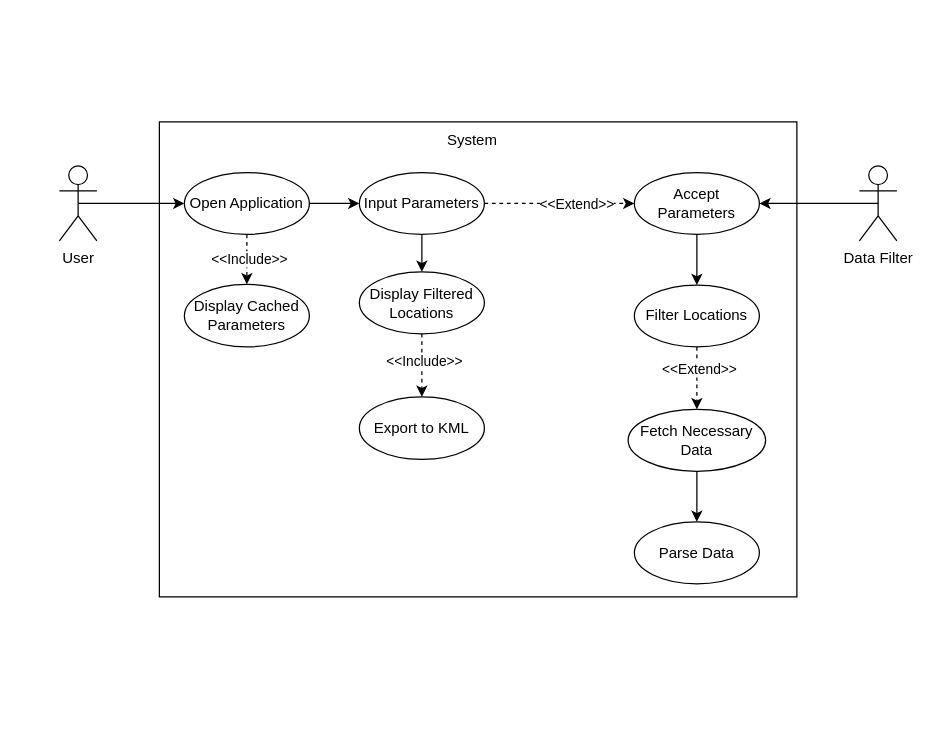
Earlier version of the draw.io diagram UML/UseCaseV2.drawio (ALEEF02/PrecisionLocationProcessor). Source tidied: cells renumbered, new cells numbered last; positions are measured from the earlier drawing's top-left corner, leaving out a move shared by most shapes. Both pictures are drawn from the tidied source at 125%, with x=0, y=0 at pixel (59, 121).
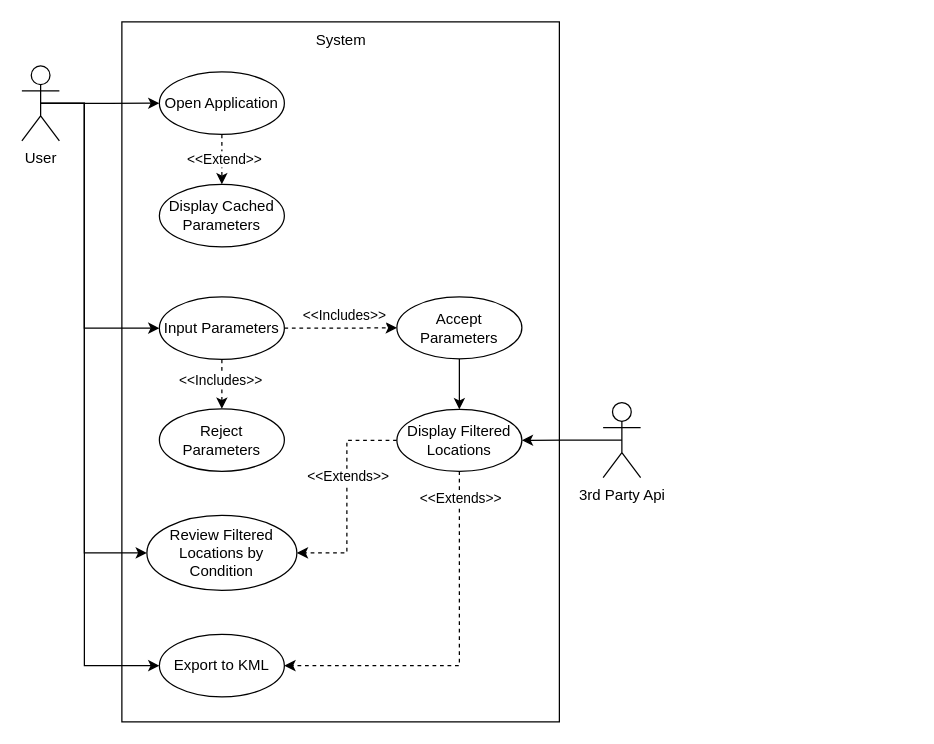
The same diagram, later.

Commit message:
Overhaul UseCase diagram in Pair Review

Unchanged cells that the change refers to:
```xml
<mxCell id="6" style="edgeStyle=orthogonalEdgeStyle;rounded=0;jettySize=auto;html=1;exitX=0.5;exitY=1;exitDx=0;exitDy=0;entryX=0.5;entryY=0;entryDx=0;entryDy=0;dashed=1;" parent="1" edge="1" source="9" target="10">
  <mxGeometry relative="1" as="geometry" />
</mxCell>
<mxCell id="12" style="edgeStyle=orthogonalEdgeStyle;rounded=0;jettySize=auto;html=1;exitX=1;exitY=0.5;exitDx=0;exitDy=0;entryX=0;entryY=0.5;entryDx=0;entryDy=0;dashed=1;" parent="1" edge="1" source="14" target="22">
  <mxGeometry relative="1" as="geometry" />
</mxCell>
```

What changed in the source:
```diff
@@
-    <mxCell id="2" style="rounded=0;whiteSpace=wrap;html=1;" parent="1" vertex="1">
-      <mxGeometry x="80" width="510" height="380" as="geometry" />
-    </mxCell>
+    <mxCell id="29" style="rounded=0;whiteSpace=wrap;html=1;" parent="1" vertex="1">
+      <mxGeometry x="50" y="-80" width="350" height="560" as="geometry" />
+    </mxCell>
@@
+    <mxCell id="30" style="edgeStyle=orthogonalEdgeStyle;rounded=0;jettySize=auto;html=1;exitX=0.5;exitY=0.5;exitDx=0;exitDy=0;exitPerimeter=0;entryX=0;entryY=0.5;entryDx=0;entryDy=0;" parent="1" edge="1" source="4" target="44">
+      <mxGeometry relative="1" as="geometry">
+        <Array as="points">
+          <mxPoint x="20" y="-15" />
+          <mxPoint x="20" y="345" />
+        </Array>
+      </mxGeometry>
+    </mxCell>
+    <mxCell id="31" style="edgeStyle=orthogonalEdgeStyle;rounded=0;jettySize=auto;html=1;exitX=0.5;exitY=0.5;exitDx=0;exitDy=0;exitPerimeter=0;entryX=0;entryY=0.5;entryDx=0;entryDy=0;" parent="1" edge="1" source="4" target="18">
+      <mxGeometry relative="1" as="geometry">
+        <Array as="points">
+          <mxPoint x="20" y="-15" />
+          <mxPoint x="20" y="435" />
+        </Array>
+      </mxGeometry>
+    </mxCell>
     <mxCell id="4" value="User" style="shape=umlActor;verticalLabelPosition=bottom;verticalAlign=top;html=1;outlineConnect=0;" parent="1" vertex="1">
-      <mxGeometry y="35.2" width="30" height="60" as="geometry" />
+      <mxGeometry x="-30" y="-44.8" width="30" height="60" as="geometry" />
     </mxCell>
     <mxCell id="5" value="System&lt;br&gt;" style="text;html=1;align=center;verticalAlign=middle;strokeColor=none;fillColor=none;" parent="1" vertex="1">
-      <mxGeometry x="300" width="60" height="30" as="geometry" />
+      <mxGeometry x="195" y="-80" width="60" height="30" as="geometry" />
     </mxCell>
@@
-    <mxCell id="7" value="&amp;lt;&amp;lt;Include&amp;gt;&amp;gt;" style="edgeLabel;html=1;align=center;verticalAlign=middle;" parent="6" vertex="1">
-      <mxGeometry x="-0.04" y="1" relative="1" as="geometry" />
-    </mxCell>
-    <mxCell id="8" style="edgeStyle=orthogonalEdgeStyle;rounded=0;jettySize=auto;html=1;exitX=1;exitY=0.5;exitDx=0;exitDy=0;entryX=0;entryY=0.5;entryDx=0;entryDy=0;" parent="1" edge="1" source="9" target="14">
-      <mxGeometry relative="1" as="geometry" />
-    </mxCell>
+    <mxCell id="32" value="&amp;lt;&amp;lt;Extend&amp;gt;&amp;gt;" style="edgeLabel;html=1;align=center;verticalAlign=middle;" parent="6" vertex="1">
+      <mxGeometry x="-0.04" y="1" relative="1" as="geometry" />
+    </mxCell>
+    <mxCell id="33" style="edgeStyle=orthogonalEdgeStyle;rounded=0;jettySize=auto;html=1;exitX=0.5;exitY=0.5;exitDx=0;exitDy=0;entryX=0;entryY=0.5;entryDx=0;entryDy=0;exitPerimeter=0;" parent="1" edge="1" source="4" target="14">
+      <mxGeometry relative="1" as="geometry">
+        <Array as="points">
+          <mxPoint x="20" y="-15" />
+          <mxPoint x="20" y="165" />
+        </Array>
+      </mxGeometry>
+    </mxCell>
     <mxCell id="9" value="Open Application" style="ellipse;whiteSpace=wrap;html=1;" parent="1" vertex="1">
-      <mxGeometry x="100" y="40.5" width="100" height="49.5" as="geometry" />
+      <mxGeometry x="80" y="-40" width="100" height="50" as="geometry" />
     </mxCell>
     <mxCell id="10" value="Display Cached Parameters" style="ellipse;whiteSpace=wrap;html=1;" parent="1" vertex="1">
-      <mxGeometry x="100" y="130" width="100" height="50" as="geometry" />
+      <mxGeometry x="80" y="50" width="100" height="50" as="geometry" />
     </mxCell>
-    <mxCell id="11" style="edgeStyle=orthogonalEdgeStyle;rounded=0;jettySize=auto;html=1;exitX=0.5;exitY=1;exitDx=0;exitDy=0;entryX=0.5;entryY=0;entryDx=0;entryDy=0;" parent="1" edge="1" source="14" target="17">
-      <mxGeometry relative="1" as="geometry" />
-    </mxCell>
@@
-    <mxCell id="13" value="&amp;lt;&amp;lt;Extend&amp;gt;&amp;gt;" style="edgeLabel;html=1;align=center;verticalAlign=middle;" parent="12" vertex="1">
-      <mxGeometry x="0.21" relative="1" as="geometry" />
-    </mxCell>
+    <mxCell id="34" value="&amp;lt;&amp;lt;Includes&amp;gt;&amp;gt;" style="edgeLabel;html=1;align=center;verticalAlign=middle;" parent="12" vertex="1">
+      <mxGeometry x="0.21" relative="1" as="geometry">
+        <mxPoint x="-7" y="-10" as="offset" />
+      </mxGeometry>
+    </mxCell>
+    <mxCell id="35" style="edgeStyle=orthogonalEdgeStyle;rounded=0;jettySize=auto;html=1;exitX=0.5;exitY=1;exitDx=0;exitDy=0;entryX=0.5;entryY=0;entryDx=0;entryDy=0;dashed=1;" parent="1" edge="1" source="14" target="41">
+      <mxGeometry relative="1" as="geometry" />
+    </mxCell>
+    <mxCell id="36" value="&amp;lt;&amp;lt;Includes&amp;gt;&amp;gt;" style="edgeLabel;html=1;align=center;verticalAlign=middle;" parent="35" vertex="1">
+      <mxGeometry x="-0.19" y="-2" relative="1" as="geometry" />
+    </mxCell>
     <mxCell id="14" value="Input Parameters" style="ellipse;whiteSpace=wrap;html=1;" parent="1" vertex="1">
-      <mxGeometry x="240" y="40.5" width="100" height="49.5" as="geometry" />
+      <mxGeometry x="80" y="140" width="100" height="50" as="geometry" />
     </mxCell>
-    <mxCell id="15" style="edgeStyle=orthogonalEdgeStyle;rounded=0;jettySize=auto;html=1;exitX=0.5;exitY=1;exitDx=0;exitDy=0;entryX=0.5;entryY=0;entryDx=0;entryDy=0;dashed=1;" parent="1" edge="1" source="17" target="18">
+    <mxCell id="15" style="edgeStyle=orthogonalEdgeStyle;rounded=0;jettySize=auto;html=1;exitX=0.5;exitY=1;exitDx=0;exitDy=0;entryX=1;entryY=0.5;entryDx=0;entryDy=0;dashed=1;" parent="1" edge="1" source="17" target="18">
       <mxGeometry relative="1" as="geometry" />
     </mxCell>
-    <mxCell id="16" value="&amp;lt;&amp;lt;Include&amp;gt;&amp;gt;" style="edgeLabel;html=1;align=center;verticalAlign=middle;" parent="15" vertex="1">
-      <mxGeometry x="-0.12" y="1" relative="1" as="geometry" />
-    </mxCell>
+    <mxCell id="37" value="&amp;lt;&amp;lt;Extends&amp;gt;&amp;gt;" style="edgeLabel;html=1;align=center;verticalAlign=middle;" parent="15" vertex="1">
+      <mxGeometry x="-0.12" y="1" relative="1" as="geometry">
+        <mxPoint x="-1" y="-109" as="offset" />
+      </mxGeometry>
+    </mxCell>
+    <mxCell id="38" style="edgeStyle=orthogonalEdgeStyle;rounded=0;jettySize=auto;html=1;exitX=0;exitY=0.5;exitDx=0;exitDy=0;entryX=1;entryY=0.5;entryDx=0;entryDy=0;dashed=1;" parent="1" edge="1" source="17" target="44">
+      <mxGeometry relative="1" as="geometry" />
+    </mxCell>
+    <mxCell id="39" value="&amp;lt;&amp;lt;Extends&amp;gt;&amp;gt;" style="edgeLabel;html=1;align=center;verticalAlign=middle;" parent="38" vertex="1">
+      <mxGeometry x="0.12" y="4" relative="1" as="geometry">
+        <mxPoint x="-4" y="-26" as="offset" />
+      </mxGeometry>
+    </mxCell>
     <mxCell id="17" value="Display Filtered Locations" style="ellipse;whiteSpace=wrap;html=1;" parent="1" vertex="1">
-      <mxGeometry x="240" y="120" width="100" height="49.5" as="geometry" />
+      <mxGeometry x="270" y="230" width="100" height="49.5" as="geometry" />
     </mxCell>
     <mxCell id="18" value="Export to KML" style="ellipse;whiteSpace=wrap;html=1;" parent="1" vertex="1">
-      <mxGeometry x="240" y="220" width="100" height="50" as="geometry" />
+      <mxGeometry x="80" y="410" width="100" height="50" as="geometry" />
     </mxCell>
-    <mxCell id="19" style="edgeStyle=orthogonalEdgeStyle;rounded=0;jettySize=auto;html=1;exitX=0.5;exitY=0.5;exitDx=0;exitDy=0;exitPerimeter=0;entryX=1;entryY=0.5;entryDx=0;entryDy=0;" parent="1" edge="1" source="20" target="22">
-      <mxGeometry relative="1" as="geometry" />
-    </mxCell>
-    <mxCell id="20" value="Data Filter" style="shape=umlActor;verticalLabelPosition=bottom;verticalAlign=top;html=1;outlineConnect=0;" parent="1" vertex="1">
-      <mxGeometry x="640" y="35.2" width="30" height="60" as="geometry" />
-    </mxCell>
-    <mxCell id="21" style="edgeStyle=orthogonalEdgeStyle;rounded=0;jettySize=auto;html=1;exitX=0.5;exitY=1;exitDx=0;exitDy=0;entryX=0.5;entryY=0;entryDx=0;entryDy=0;" parent="1" edge="1" source="22" target="25">
-      <mxGeometry relative="1" as="geometry" />
-    </mxCell>
+    <mxCell id="40" style="edgeStyle=orthogonalEdgeStyle;rounded=0;jettySize=auto;html=1;exitX=0.5;exitY=1;exitDx=0;exitDy=0;entryX=0.5;entryY=0;entryDx=0;entryDy=0;" parent="1" edge="1" source="22" target="17">
+      <mxGeometry relative="1" as="geometry" />
+    </mxCell>
     <mxCell id="22" value="Accept Parameters" style="ellipse;whiteSpace=wrap;html=1;" parent="1" vertex="1">
-      <mxGeometry x="460" y="40.5" width="100" height="49.5" as="geometry" />
+      <mxGeometry x="270" y="140" width="100" height="49.5" as="geometry" />
     </mxCell>
-    <mxCell id="23" style="edgeStyle=orthogonalEdgeStyle;rounded=0;jettySize=auto;html=1;exitX=0.5;exitY=1;exitDx=0;exitDy=0;entryX=0.5;entryY=0;entryDx=0;entryDy=0;dashed=1;" parent="1" edge="1" source="25" target="27">
-      <mxGeometry relative="1" as="geometry" />
-    </mxCell>
-    <mxCell id="24" value="&amp;lt;&amp;lt;Extend&amp;gt;&amp;gt;" style="edgeLabel;html=1;align=center;verticalAlign=middle;" parent="23" vertex="1">
-      <mxGeometry x="-0.32" y="1" relative="1" as="geometry" />
-    </mxCell>
-    <mxCell id="25" value="Filter Locations" style="ellipse;whiteSpace=wrap;html=1;" parent="1" vertex="1">
-      <mxGeometry x="460" y="130.5" width="100" height="49.5" as="geometry" />
-    </mxCell>
-    <mxCell id="26" style="edgeStyle=orthogonalEdgeStyle;rounded=0;jettySize=auto;html=1;exitX=0.5;exitY=1;exitDx=0;exitDy=0;entryX=0.5;entryY=0;entryDx=0;entryDy=0;" parent="1" edge="1" source="27" target="28">
-      <mxGeometry relative="1" as="geometry" />
-    </mxCell>
-    <mxCell id="27" value="Fetch Necessary Data" style="ellipse;whiteSpace=wrap;html=1;" parent="1" vertex="1">
-      <mxGeometry x="455" y="230" width="110" height="49.5" as="geometry" />
-    </mxCell>
-    <mxCell id="28" value="Parse Data" style="ellipse;whiteSpace=wrap;html=1;" parent="1" vertex="1">
-      <mxGeometry x="460" y="320" width="100" height="49.5" as="geometry" />
-    </mxCell>
+    <mxCell id="41" value="Reject Parameters" style="ellipse;whiteSpace=wrap;html=1;" parent="1" vertex="1">
+      <mxGeometry x="80" y="229.5" width="100" height="50" as="geometry" />
+    </mxCell>
+    <mxCell id="42" style="edgeStyle=orthogonalEdgeStyle;rounded=0;jettySize=auto;html=1;exitX=0.5;exitY=0.5;exitDx=0;exitDy=0;exitPerimeter=0;entryX=1;entryY=0.5;entryDx=0;entryDy=0;" parent="1" edge="1" source="43" target="17">
+      <mxGeometry relative="1" as="geometry" />
+    </mxCell>
+    <mxCell id="43" value="3rd Party Api" style="shape=umlActor;verticalLabelPosition=bottom;verticalAlign=top;html=1;outlineConnect=0;" parent="1" vertex="1">
+      <mxGeometry x="435" y="224.5" width="30" height="60" as="geometry" />
+    </mxCell>
+    <mxCell id="44" value="Review Filtered Locations by Condition" style="ellipse;whiteSpace=wrap;html=1;" parent="1" vertex="1">
+      <mxGeometry x="70" y="314.8" width="120" height="60" as="geometry" />
+    </mxCell>
```
